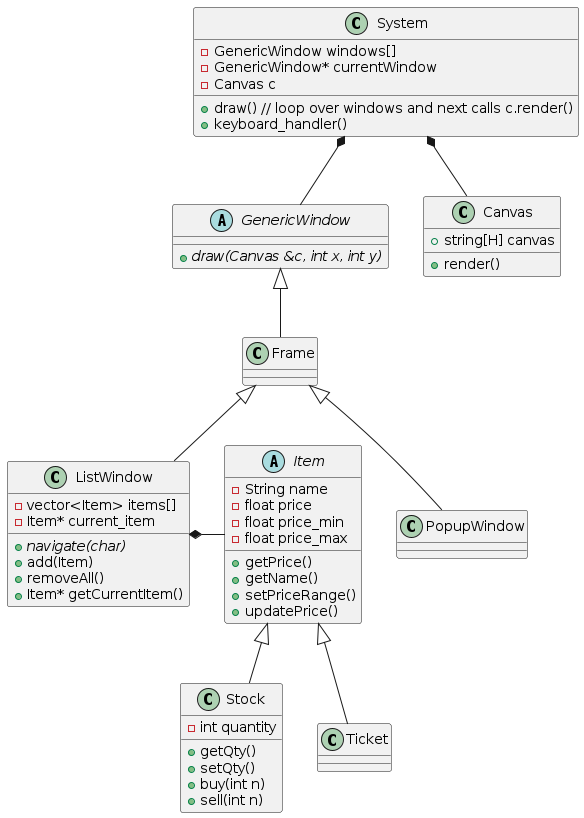
Earlier version of the PlantUML export out/doc/high_level/high_level.png (plpabla/dealg).
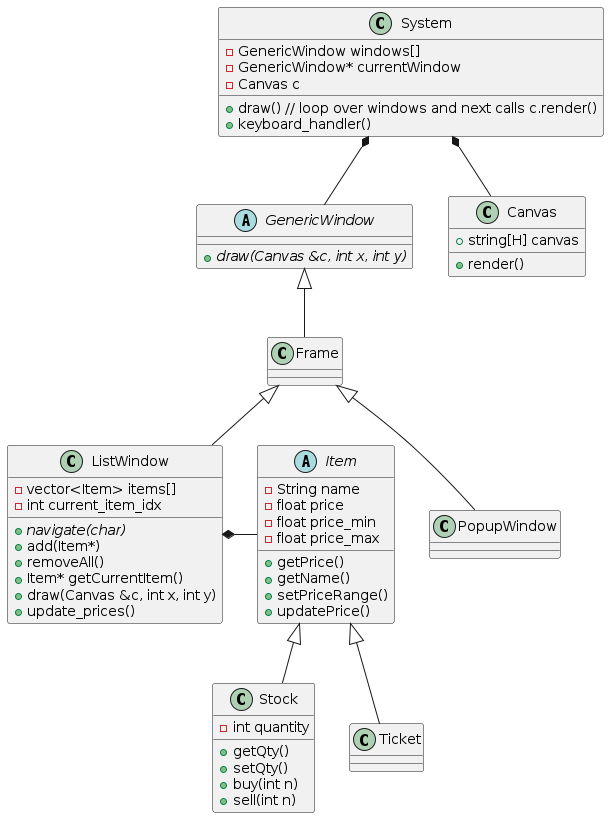
The same diagram one commit later.

Commit message:
Update class diagram

Diff of the diagram source:
```diff
@@ -29,11 +29,13 @@
 class ListWindow
 {
     - vector<Item> items[]
-    - Item* current_item
+    - int current_item_idx
     + {abstract} navigate(char)
-    + add(Item)
+    + add(Item*)
     + removeAll()
     + Item* getCurrentItem()
+    + draw(Canvas &c, int x, int y)
+    + update_prices()
 }
 Frame <|-- ListWindow
 Frame <|-- PopupWindow
```
